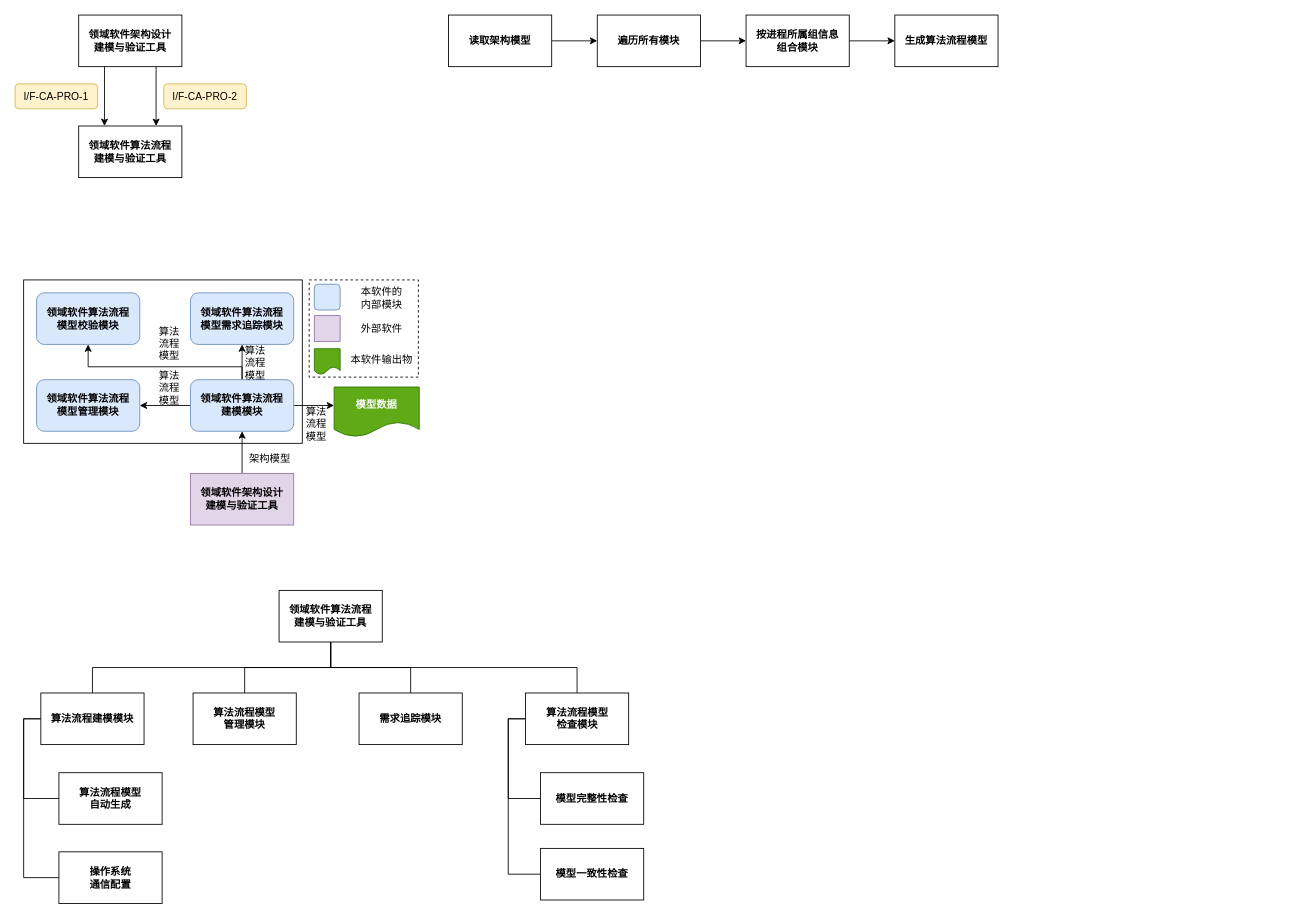
Ayuan66/ArchTacRV-Software-Architectural-Tactics-Detector-and-Verifier keeps this draw.io diagram as page "进程需求" (3 of 3) of Usage Instructions/安全攸关模版.drawio. Above is the earlier version. Source tidied: cells renumbered, new cells numbered last; positions are measured from the earlier drawing's top-left corner, leaving out a move shared by most shapes. Both pictures are drawn from the tidied source at 86%, with x=0, y=0 at pixel (15, 15).
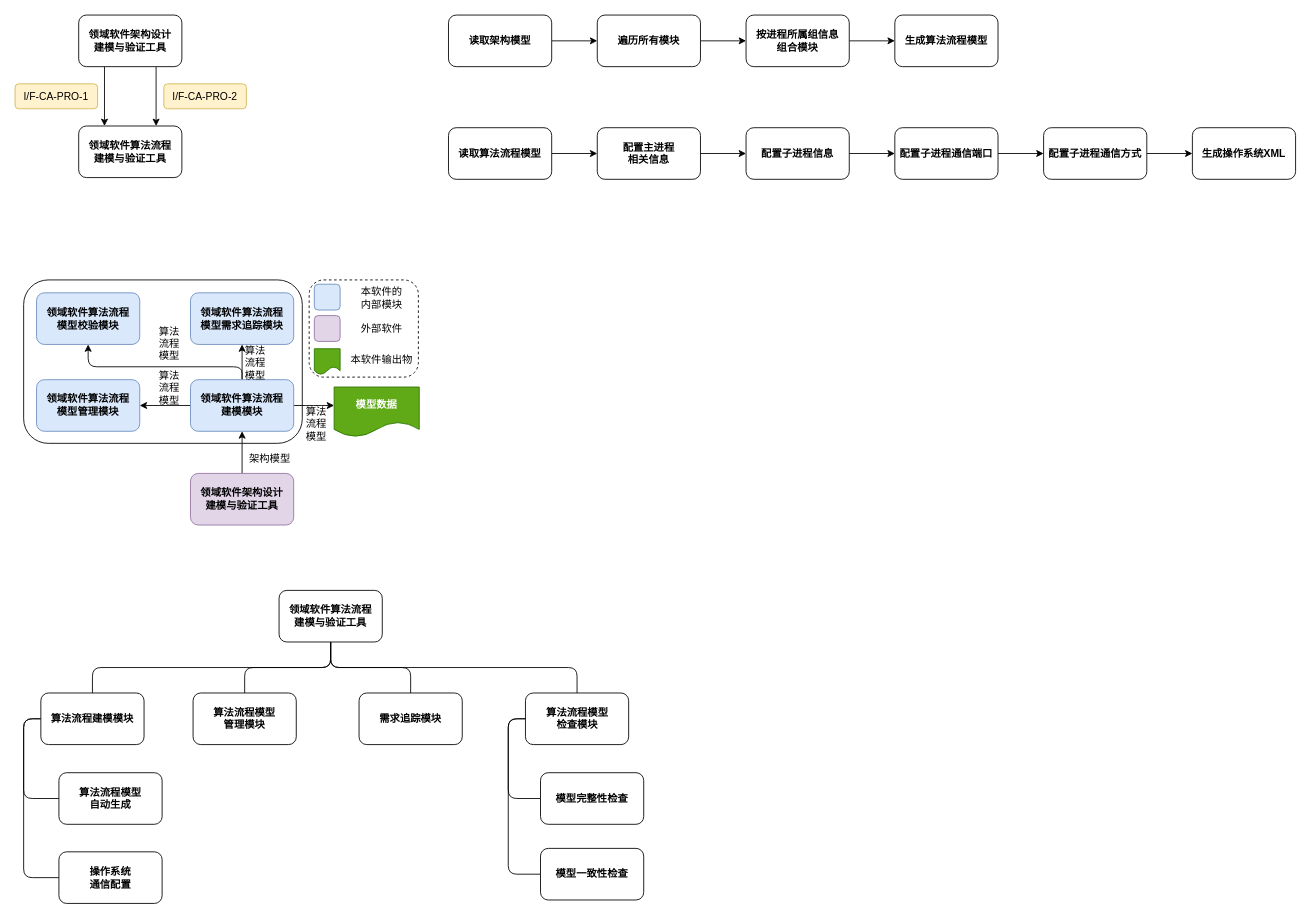
Above is the later version.

Commit message:
添加算法流程模型处理过程

Unchanged cells that the change refers to:
```xml
<mxCell id="10" value="领域软件算法流程&lt;br&gt;模型校验模块" style="rounded=1;whiteSpace=wrap;html=1;fillColor=#dae8fc;strokeColor=#6c8ebf;fontStyle=1;" parent="1" vertex="1">
  <mxGeometry x="25" y="323" width="120" height="60" as="geometry" />
</mxCell>
<mxCell id="11" value="领域软件算法流程&lt;br&gt;模型需求追踪模块" style="rounded=1;whiteSpace=wrap;html=1;fillColor=#dae8fc;strokeColor=#6c8ebf;fontStyle=1;" parent="1" vertex="1">
  <mxGeometry x="204" y="323" width="120" height="60" as="geometry" />
</mxCell>
<mxCell id="12" value="领域软件算法流程&lt;br&gt;模型管理模块" style="rounded=1;whiteSpace=wrap;html=1;fillColor=#dae8fc;strokeColor=#6c8ebf;fontStyle=1;" parent="1" vertex="1">
  <mxGeometry x="25" y="424" width="120" height="60" as="geometry" />
</mxCell>
<mxCell id="17" value="领域软件算法流程&lt;br&gt;建模模块" style="rounded=1;whiteSpace=wrap;html=1;fillColor=#dae8fc;strokeColor=#6c8ebf;fontStyle=1;" parent="1" vertex="1">
  <mxGeometry x="204" y="424" width="120" height="60" as="geometry" />
</mxCell>
```

Diff of the diagram source:
```diff
@@
-    <mxCell id="2" style="edgeStyle=orthogonalEdgeStyle;rounded=0;jettySize=auto;html=1;exitX=0.25;exitY=1;exitDx=0;exitDy=0;entryX=0.25;entryY=0;entryDx=0;entryDy=0;" parent="1" edge="1" source="4" target="5">
+    <mxCell id="2" style="edgeStyle=orthogonalEdgeStyle;rounded=1;jettySize=auto;html=1;exitX=0.25;exitY=1;exitDx=0;exitDy=0;entryX=0.25;entryY=0;entryDx=0;entryDy=0;" parent="1" edge="1" source="4" target="5">
       <mxGeometry relative="1" as="geometry" />
     </mxCell>
-    <mxCell id="3" style="edgeStyle=orthogonalEdgeStyle;rounded=0;jettySize=auto;html=1;exitX=0.75;exitY=1;exitDx=0;exitDy=0;entryX=0.75;entryY=0;entryDx=0;entryDy=0;" parent="1" edge="1" source="4" target="5">
+    <mxCell id="3" style="edgeStyle=orthogonalEdgeStyle;rounded=1;jettySize=auto;html=1;exitX=0.75;exitY=1;exitDx=0;exitDy=0;entryX=0.75;entryY=0;entryDx=0;entryDy=0;" parent="1" edge="1" source="4" target="5">
       <mxGeometry relative="1" as="geometry" />
     </mxCell>
-    <mxCell id="4" value="领域软件架构设计&lt;br&gt;建模与验证工具" style="rounded=0;whiteSpace=wrap;html=1;fontStyle=1;" parent="1" vertex="1">
+    <mxCell id="4" value="领域软件架构设计&lt;br&gt;建模与验证工具" style="rounded=1;whiteSpace=wrap;html=1;fontStyle=1;" parent="1" vertex="1">
       <mxGeometry x="74" width="120" height="60" as="geometry" />
     </mxCell>
-    <mxCell id="5" value="领域软件算法流程&lt;br&gt;建模与验证工具" style="whiteSpace=wrap;html=1;fontStyle=1;" parent="1" vertex="1">
+    <mxCell id="5" value="领域软件算法流程&lt;br&gt;建模与验证工具" style="whiteSpace=wrap;html=1;fontStyle=1;rounded=1;" parent="1" vertex="1">
       <mxGeometry x="74" y="129" width="120" height="60" as="geometry" />
     </mxCell>
@@
-    <mxCell id="8" style="rounded=0;whiteSpace=wrap;html=1;fillColor=none;dashed=1;" parent="1" vertex="1">
+    <mxCell id="8" style="rounded=1;whiteSpace=wrap;html=1;fillColor=none;dashed=1;" parent="1" vertex="1">
       <mxGeometry x="342" y="308" width="127" height="113" as="geometry" />
     </mxCell>
-    <mxCell id="9" style="rounded=0;whiteSpace=wrap;html=1;fillColor=none;" parent="1" vertex="1">
+    <mxCell id="9" style="rounded=1;whiteSpace=wrap;html=1;fillColor=none;" parent="1" vertex="1">
       <mxGeometry x="10" y="308" width="324" height="190" as="geometry" />
     </mxCell>
@@
-    <mxCell id="13" style="edgeStyle=orthogonalEdgeStyle;rounded=0;jettySize=auto;html=1;" parent="1" edge="1" source="17" target="12">
+    <mxCell id="13" style="edgeStyle=orthogonalEdgeStyle;rounded=1;jettySize=auto;html=1;" parent="1" edge="1" source="17" target="12">
       <mxGeometry relative="1" as="geometry" />
     </mxCell>
-    <mxCell id="14" style="edgeStyle=orthogonalEdgeStyle;rounded=0;jettySize=auto;html=1;" parent="1" edge="1" source="17" target="11">
+    <mxCell id="14" style="edgeStyle=orthogonalEdgeStyle;rounded=1;jettySize=auto;html=1;" parent="1" edge="1" source="17" target="11">
       <mxGeometry relative="1" as="geometry" />
     </mxCell>
-    <mxCell id="15" style="edgeStyle=orthogonalEdgeStyle;rounded=0;jettySize=auto;html=1;entryX=0.5;entryY=1;entryDx=0;entryDy=0;" parent="1" edge="1" source="17" target="10">
+    <mxCell id="15" style="edgeStyle=orthogonalEdgeStyle;rounded=1;jettySize=auto;html=1;entryX=0.5;entryY=1;entryDx=0;entryDy=0;" parent="1" edge="1" source="17" target="10">
       <mxGeometry relative="1" as="geometry">
         <Array as="points">
           <mxPoint x="264" y="409" />
           <mxPoint x="85" y="409" />
         </Array>
       </mxGeometry>
     </mxCell>
-    <mxCell id="16" style="edgeStyle=orthogonalEdgeStyle;rounded=0;jettySize=auto;html=1;" parent="1" edge="1" source="17">
+    <mxCell id="16" style="edgeStyle=orthogonalEdgeStyle;rounded=1;jettySize=auto;html=1;" parent="1" edge="1" source="17">
       <mxGeometry relative="1" as="geometry">
         <mxPoint x="371" y="454" as="targetPoint" />
       </mxGeometry>
     </mxCell>
@@
-    <mxCell id="18" style="edgeStyle=orthogonalEdgeStyle;rounded=0;jettySize=auto;html=1;exitX=0.5;exitY=0;exitDx=0;exitDy=0;" parent="1" edge="1" source="19" target="17">
+    <mxCell id="18" style="edgeStyle=orthogonalEdgeStyle;rounded=1;jettySize=auto;html=1;exitX=0.5;exitY=0;exitDx=0;exitDy=0;" parent="1" edge="1" source="19" target="17">
       <mxGeometry relative="1" as="geometry" />
     </mxCell>
-    <mxCell id="19" value="领域软件架构设计&lt;br&gt;建模与验证工具" style="rounded=0;whiteSpace=wrap;html=1;fillColor=#e1d5e7;strokeColor=#9673a6;fontStyle=1;" parent="1" vertex="1">
+    <mxCell id="19" value="领域软件架构设计&lt;br&gt;建模与验证工具" style="rounded=1;whiteSpace=wrap;html=1;fillColor=#e1d5e7;strokeColor=#9673a6;fontStyle=1;" parent="1" vertex="1">
       <mxGeometry x="204" y="533" width="120" height="60" as="geometry" />
     </mxCell>
@@
-    <mxCell id="21" value="本软件的&lt;br&gt;内部模块" style="text;html=1;align=center;verticalAlign=middle;strokeColor=none;fillColor=none;" parent="1" vertex="1">
+    <mxCell id="21" value="本软件的&lt;br&gt;内部模块" style="text;html=1;align=center;verticalAlign=middle;strokeColor=none;fillColor=none;rounded=1;" parent="1" vertex="1">
       <mxGeometry x="393" y="308" width="66" height="41" as="geometry" />
     </mxCell>
-    <mxCell id="22" style="rounded=0;whiteSpace=wrap;html=1;fillColor=#e1d5e7;strokeColor=#9673a6;" parent="1" vertex="1">
+    <mxCell id="22" style="rounded=1;whiteSpace=wrap;html=1;fillColor=#e1d5e7;strokeColor=#9673a6;" parent="1" vertex="1">
       <mxGeometry x="348" y="349.5" width="30" height="30" as="geometry" />
     </mxCell>
-    <mxCell id="23" value="外部软件" style="text;html=1;align=center;verticalAlign=middle;strokeColor=none;fillColor=none;" parent="1" vertex="1">
+    <mxCell id="23" value="外部软件" style="text;html=1;align=center;verticalAlign=middle;strokeColor=none;fillColor=none;rounded=1;" parent="1" vertex="1">
       <mxGeometry x="393" y="352" width="66" height="26" as="geometry" />
     </mxCell>
-    <mxCell id="24" value="本软件输出物" style="text;html=1;align=center;verticalAlign=middle;strokeColor=none;fillColor=none;" parent="1" vertex="1">
+    <mxCell id="24" value="本软件输出物" style="text;html=1;align=center;verticalAlign=middle;strokeColor=none;fillColor=none;rounded=1;" parent="1" vertex="1">
       <mxGeometry x="381" y="388" width="90" height="26" as="geometry" />
     </mxCell>
-    <mxCell id="25" value="架构模型" style="text;html=1;align=center;verticalAlign=middle;strokeColor=none;fillColor=none;" parent="1" vertex="1">
+    <mxCell id="25" value="架构模型" style="text;html=1;align=center;verticalAlign=middle;strokeColor=none;fillColor=none;rounded=1;" parent="1" vertex="1">
       <mxGeometry x="263" y="503" width="66" height="26" as="geometry" />
     </mxCell>
-    <mxCell id="26" value="算法&lt;br&gt;流程&lt;br&gt;模型" style="text;html=1;align=center;verticalAlign=middle;strokeColor=none;fillColor=none;" parent="1" vertex="1">
+    <mxCell id="26" value="算法&lt;br&gt;流程&lt;br&gt;模型" style="text;html=1;align=center;verticalAlign=middle;strokeColor=none;fillColor=none;rounded=1;" parent="1" vertex="1">
       <mxGeometry x="158" y="406" width="42" height="55" as="geometry" />
     </mxCell>
-    <mxCell id="27" value="算法&lt;br&gt;流程&lt;br&gt;模型" style="text;html=1;align=center;verticalAlign=middle;strokeColor=none;fillColor=none;" parent="1" vertex="1">
+    <mxCell id="27" value="算法&lt;br&gt;流程&lt;br&gt;模型" style="text;html=1;align=center;verticalAlign=middle;strokeColor=none;fillColor=none;rounded=1;" parent="1" vertex="1">
       <mxGeometry x="158" y="354" width="42" height="55" as="geometry" />
     </mxCell>
-    <mxCell id="28" value="算法&lt;br&gt;流程&lt;br&gt;模型" style="text;html=1;align=center;verticalAlign=middle;strokeColor=none;fillColor=none;" parent="1" vertex="1">
+    <mxCell id="28" value="算法&lt;br&gt;流程&lt;br&gt;模型" style="text;html=1;align=center;verticalAlign=middle;strokeColor=none;fillColor=none;rounded=1;" parent="1" vertex="1">
       <mxGeometry x="258" y="377.5" width="42" height="55" as="geometry" />
     </mxCell>
-    <mxCell id="29" value="算法&lt;br&gt;流程&lt;br&gt;模型" style="text;html=1;align=center;verticalAlign=middle;strokeColor=none;fillColor=none;" parent="1" vertex="1">
+    <mxCell id="29" value="算法&lt;br&gt;流程&lt;br&gt;模型" style="text;html=1;align=center;verticalAlign=middle;strokeColor=none;fillColor=none;rounded=1;" parent="1" vertex="1">
       <mxGeometry x="329" y="448" width="42" height="55" as="geometry" />
     </mxCell>
-    <mxCell id="30" value="&lt;span&gt;模型数据&lt;/span&gt;" style="shape=document;whiteSpace=wrap;html=1;boundedLbl=1;fillColor=#60a917;fontColor=#ffffff;strokeColor=#2D7600;fontStyle=1;" parent="1" vertex="1">
+    <mxCell id="30" value="&lt;span&gt;模型数据&lt;/span&gt;" style="shape=document;whiteSpace=wrap;html=1;boundedLbl=1;fillColor=#60a917;fontColor=#ffffff;strokeColor=#2D7600;fontStyle=1;rounded=1;" parent="1" vertex="1">
       <mxGeometry x="371" y="432.5" width="99" height="58" as="geometry" />
     </mxCell>
-    <mxCell id="31" style="shape=document;whiteSpace=wrap;html=1;boundedLbl=1;fillColor=#60a917;fontColor=#ffffff;strokeColor=#2D7600;" parent="1" vertex="1">
+    <mxCell id="31" style="shape=document;whiteSpace=wrap;html=1;boundedLbl=1;fillColor=#60a917;fontColor=#ffffff;strokeColor=#2D7600;rounded=1;" parent="1" vertex="1">
       <mxGeometry x="348" y="388" width="30" height="30" as="geometry" />
     </mxCell>
-    <mxCell id="32" style="rounded=0;jettySize=auto;html=1;exitX=0.5;exitY=1;exitDx=0;exitDy=0;edgeStyle=orthogonalEdgeStyle;endArrow=none;endFill=0;" parent="1" edge="1" source="36" target="40">
+    <mxCell id="32" style="rounded=1;jettySize=auto;html=1;exitX=0.5;exitY=1;exitDx=0;exitDy=0;edgeStyle=orthogonalEdgeStyle;endArrow=none;endFill=0;" parent="1" edge="1" source="36" target="40">
       <mxGeometry relative="1" as="geometry" />
     </mxCell>
-    <mxCell id="33" style="edgeStyle=orthogonalEdgeStyle;rounded=0;jettySize=auto;html=1;exitX=0.5;exitY=1;exitDx=0;exitDy=0;endArrow=none;endFill=0;" parent="1" edge="1" source="36" target="39">
+    <mxCell id="33" style="edgeStyle=orthogonalEdgeStyle;rounded=1;jettySize=auto;html=1;exitX=0.5;exitY=1;exitDx=0;exitDy=0;endArrow=none;endFill=0;" parent="1" edge="1" source="36" target="39">
       <mxGeometry relative="1" as="geometry" />
     </mxCell>
-    <mxCell id="34" style="edgeStyle=orthogonalEdgeStyle;rounded=0;jettySize=auto;html=1;exitX=0.5;exitY=1;exitDx=0;exitDy=0;entryX=0.5;entryY=0;entryDx=0;entryDy=0;endArrow=none;endFill=0;" parent="1" edge="1" source="36" target="41">
+    <mxCell id="34" style="edgeStyle=orthogonalEdgeStyle;rounded=1;jettySize=auto;html=1;exitX=0.5;exitY=1;exitDx=0;exitDy=0;entryX=0.5;entryY=0;entryDx=0;entryDy=0;endArrow=none;endFill=0;" parent="1" edge="1" source="36" target="41">
       <mxGeometry relative="1" as="geometry" />
     </mxCell>
-    <mxCell id="35" style="edgeStyle=orthogonalEdgeStyle;rounded=0;jettySize=auto;html=1;exitX=0.5;exitY=1;exitDx=0;exitDy=0;endArrow=none;endFill=0;" parent="1" edge="1" source="36" target="44">
+    <mxCell id="35" style="edgeStyle=orthogonalEdgeStyle;rounded=1;jettySize=auto;html=1;exitX=0.5;exitY=1;exitDx=0;exitDy=0;endArrow=none;endFill=0;" parent="1" edge="1" source="36" target="44">
       <mxGeometry relative="1" as="geometry" />
     </mxCell>
-    <mxCell id="36" value="&lt;b&gt;领域软件算法流程&lt;br&gt;建模与验证工具&lt;/b&gt;" style="whiteSpace=wrap;html=1;" parent="1" vertex="1">
+    <mxCell id="36" value="&lt;b&gt;领域软件算法流程&lt;br&gt;建模与验证工具&lt;/b&gt;" style="whiteSpace=wrap;html=1;rounded=1;" parent="1" vertex="1">
       <mxGeometry x="307" y="669" width="120" height="60" as="geometry" />
     </mxCell>
-    <mxCell id="37" style="edgeStyle=orthogonalEdgeStyle;rounded=0;jettySize=auto;html=1;exitX=0;exitY=0.5;exitDx=0;exitDy=0;entryX=0;entryY=0.5;entryDx=0;entryDy=0;endArrow=none;endFill=0;" parent="1" edge="1" source="39" target="45">
+    <mxCell id="37" style="edgeStyle=orthogonalEdgeStyle;rounded=1;jettySize=auto;html=1;exitX=0;exitY=0.5;exitDx=0;exitDy=0;entryX=0;entryY=0.5;entryDx=0;entryDy=0;endArrow=none;endFill=0;" parent="1" edge="1" source="39" target="45">
       <mxGeometry relative="1" as="geometry" />
     </mxCell>
-    <mxCell id="38" style="edgeStyle=orthogonalEdgeStyle;rounded=0;jettySize=auto;html=1;exitX=0;exitY=0.5;exitDx=0;exitDy=0;entryX=0;entryY=0.5;entryDx=0;entryDy=0;endArrow=none;endFill=0;" parent="1" edge="1" source="39" target="46">
+    <mxCell id="38" style="edgeStyle=orthogonalEdgeStyle;rounded=1;jettySize=auto;html=1;exitX=0;exitY=0.5;exitDx=0;exitDy=0;entryX=0;entryY=0.5;entryDx=0;entryDy=0;endArrow=none;endFill=0;" parent="1" edge="1" source="39" target="46">
       <mxGeometry relative="1" as="geometry" />
     </mxCell>
-    <mxCell id="39" value="算法流程建模模块" style="whiteSpace=wrap;html=1;fontStyle=1;" parent="1" vertex="1">
+    <mxCell id="39" value="算法流程建模模块" style="whiteSpace=wrap;html=1;fontStyle=1;rounded=1;" parent="1" vertex="1">
       <mxGeometry x="30" y="788.3" width="120" height="60" as="geometry" />
     </mxCell>
-    <mxCell id="40" value="算法流程模型&lt;br&gt;管理模块" style="whiteSpace=wrap;html=1;fontStyle=1;" parent="1" vertex="1">
+    <mxCell id="40" value="算法流程模型&lt;br&gt;管理模块" style="whiteSpace=wrap;html=1;fontStyle=1;rounded=1;" parent="1" vertex="1">
       <mxGeometry x="207" y="788.3" width="120" height="60" as="geometry" />
     </mxCell>
-    <mxCell id="41" value="需求追踪模块" style="whiteSpace=wrap;html=1;fontStyle=1;" parent="1" vertex="1">
+    <mxCell id="41" value="需求追踪模块" style="whiteSpace=wrap;html=1;fontStyle=1;rounded=1;" parent="1" vertex="1">
       <mxGeometry x="400" y="788.3" width="120" height="60" as="geometry" />
     </mxCell>
-    <mxCell id="42" style="edgeStyle=orthogonalEdgeStyle;rounded=0;jettySize=auto;html=1;exitX=0;exitY=0.5;exitDx=0;exitDy=0;entryX=0;entryY=0.5;entryDx=0;entryDy=0;endArrow=none;endFill=0;" parent="1" edge="1" source="44" target="47">
+    <mxCell id="42" style="edgeStyle=orthogonalEdgeStyle;rounded=1;jettySize=auto;html=1;exitX=0;exitY=0.5;exitDx=0;exitDy=0;entryX=0;entryY=0.5;entryDx=0;entryDy=0;endArrow=none;endFill=0;" parent="1" edge="1" source="44" target="47">
       <mxGeometry relative="1" as="geometry" />
     </mxCell>
-    <mxCell id="43" style="edgeStyle=orthogonalEdgeStyle;rounded=0;jettySize=auto;html=1;exitX=0;exitY=0.5;exitDx=0;exitDy=0;entryX=0;entryY=0.5;entryDx=0;entryDy=0;endArrow=none;endFill=0;" parent="1" edge="1" source="44" target="48">
+    <mxCell id="43" style="edgeStyle=orthogonalEdgeStyle;rounded=1;jettySize=auto;html=1;exitX=0;exitY=0.5;exitDx=0;exitDy=0;entryX=0;entryY=0.5;entryDx=0;entryDy=0;endArrow=none;endFill=0;" parent="1" edge="1" source="44" target="48">
       <mxGeometry relative="1" as="geometry" />
     </mxCell>
-    <mxCell id="44" value="算法流程模型&lt;br&gt;检查模块" style="whiteSpace=wrap;html=1;fontStyle=1;" parent="1" vertex="1">
+    <mxCell id="44" value="算法流程模型&lt;br&gt;检查模块" style="whiteSpace=wrap;html=1;fontStyle=1;rounded=1;" parent="1" vertex="1">
       <mxGeometry x="593.5" y="788.3" width="120" height="60" as="geometry" />
     </mxCell>
-    <mxCell id="45" value="算法流程模型&lt;br&gt;自动生成" style="whiteSpace=wrap;html=1;fontStyle=1;" parent="1" vertex="1">
+    <mxCell id="45" value="算法流程模型&lt;br&gt;自动生成" style="whiteSpace=wrap;html=1;fontStyle=1;rounded=1;" parent="1" vertex="1">
       <mxGeometry x="51" y="881" width="120" height="60" as="geometry" />
     </mxCell>
-    <mxCell id="46" value="操作系统&lt;br&gt;通信配置" style="whiteSpace=wrap;html=1;fontStyle=1;" parent="1" vertex="1">
+    <mxCell id="46" value="操作系统&lt;br&gt;通信配置" style="whiteSpace=wrap;html=1;fontStyle=1;rounded=1;" parent="1" vertex="1">
       <mxGeometry x="51" y="973" width="120" height="60" as="geometry" />
     </mxCell>
-    <mxCell id="47" value="模型完整性检查" style="whiteSpace=wrap;html=1;fontStyle=1;" parent="1" vertex="1">
+    <mxCell id="47" value="模型完整性检查" style="whiteSpace=wrap;html=1;fontStyle=1;rounded=1;" parent="1" vertex="1">
       <mxGeometry x="611" y="881" width="120" height="60" as="geometry" />
     </mxCell>
-    <mxCell id="48" value="模型一致性检查" style="whiteSpace=wrap;html=1;fontStyle=1;" parent="1" vertex="1">
+    <mxCell id="48" value="模型一致性检查" style="whiteSpace=wrap;html=1;fontStyle=1;rounded=1;" parent="1" vertex="1">
       <mxGeometry x="611" y="969" width="120" height="60" as="geometry" />
     </mxCell>
-    <mxCell id="49" style="edgeStyle=orthogonalEdgeStyle;rounded=0;jettySize=auto;html=1;exitX=1;exitY=0.5;exitDx=0;exitDy=0;" parent="1" edge="1" source="50" target="52">
+    <mxCell id="49" style="edgeStyle=orthogonalEdgeStyle;rounded=1;jettySize=auto;html=1;exitX=1;exitY=0.5;exitDx=0;exitDy=0;" parent="1" edge="1" source="50" target="52">
       <mxGeometry relative="1" as="geometry" />
     </mxCell>
-    <mxCell id="50" value="读取架构模型" style="whiteSpace=wrap;html=1;fontStyle=1;" parent="1" vertex="1">
+    <mxCell id="50" value="读取架构模型" style="whiteSpace=wrap;html=1;fontStyle=1;rounded=1;" parent="1" vertex="1">
       <mxGeometry x="504" width="120" height="60" as="geometry" />
     </mxCell>
-    <mxCell id="51" style="edgeStyle=orthogonalEdgeStyle;rounded=0;jettySize=auto;html=1;exitX=1;exitY=0.5;exitDx=0;exitDy=0;" parent="1" edge="1" source="52" target="54">
+    <mxCell id="51" style="edgeStyle=orthogonalEdgeStyle;rounded=1;jettySize=auto;html=1;exitX=1;exitY=0.5;exitDx=0;exitDy=0;" parent="1" edge="1" source="52" target="54">
       <mxGeometry relative="1" as="geometry" />
     </mxCell>
-    <mxCell id="52" value="遍历所有模块" style="whiteSpace=wrap;html=1;fontStyle=1;" parent="1" vertex="1">
+    <mxCell id="52" value="遍历所有模块" style="whiteSpace=wrap;html=1;fontStyle=1;rounded=1;" parent="1" vertex="1">
       <mxGeometry x="677" width="120" height="60" as="geometry" />
     </mxCell>
-    <mxCell id="53" style="edgeStyle=orthogonalEdgeStyle;rounded=0;jettySize=auto;html=1;exitX=1;exitY=0.5;exitDx=0;exitDy=0;" parent="1" edge="1" source="54" target="55">
+    <mxCell id="53" style="edgeStyle=orthogonalEdgeStyle;rounded=1;jettySize=auto;html=1;exitX=1;exitY=0.5;exitDx=0;exitDy=0;" parent="1" edge="1" source="54" target="55">
       <mxGeometry relative="1" as="geometry" />
     </mxCell>
-    <mxCell id="54" value="按进程所属组信息&lt;br style=&quot;border-color: var(--border-color);&quot;&gt;组合模块" style="whiteSpace=wrap;html=1;fontStyle=1;" parent="1" vertex="1">
+    <mxCell id="54" value="按进程所属组信息&lt;br style=&quot;border-color: var(--border-color);&quot;&gt;组合模块" style="whiteSpace=wrap;html=1;fontStyle=1;rounded=1;" parent="1" vertex="1">
       <mxGeometry x="850" width="120" height="60" as="geometry" />
     </mxCell>
-    <mxCell id="55" value="生成算法流程模型" style="whiteSpace=wrap;html=1;fontStyle=1;" parent="1" vertex="1">
+    <mxCell id="55" value="生成算法流程模型" style="whiteSpace=wrap;html=1;fontStyle=1;rounded=1;" parent="1" vertex="1">
       <mxGeometry x="1023" width="120" height="60" as="geometry" />
     </mxCell>
+    <mxCell id="56" style="edgeStyle=orthogonalEdgeStyle;rounded=1;jettySize=auto;html=1;exitX=1;exitY=0.5;exitDx=0;exitDy=0;fontStyle=1;" parent="1" edge="1" source="57" target="59">
+      <mxGeometry relative="1" as="geometry" />
+    </mxCell>
+    <mxCell id="57" value="读取算法流程模型" style="whiteSpace=wrap;html=1;rounded=1;fontStyle=1;" parent="1" vertex="1">
+      <mxGeometry x="504" y="131" width="120" height="60" as="geometry" />
+    </mxCell>
+    <mxCell id="58" style="edgeStyle=orthogonalEdgeStyle;rounded=1;jettySize=auto;html=1;exitX=1;exitY=0.5;exitDx=0;exitDy=0;entryX=0;entryY=0.5;entryDx=0;entryDy=0;fontStyle=1;" parent="1" edge="1" source="59" target="61">
+      <mxGeometry relative="1" as="geometry" />
+    </mxCell>
+    <mxCell id="59" value="配置主进程&lt;br&gt;相关信息" style="whiteSpace=wrap;html=1;rounded=1;fontStyle=1;" parent="1" vertex="1">
+      <mxGeometry x="677" y="131" width="120" height="60" as="geometry" />
+    </mxCell>
+    <mxCell id="60" style="edgeStyle=orthogonalEdgeStyle;rounded=1;jettySize=auto;html=1;exitX=1;exitY=0.5;exitDx=0;exitDy=0;fontStyle=1;" parent="1" edge="1" source="61" target="63">
+      <mxGeometry relative="1" as="geometry" />
+    </mxCell>
+    <mxCell id="61" value="配置子进程信息" style="whiteSpace=wrap;html=1;rounded=1;fontStyle=1;" parent="1" vertex="1">
+      <mxGeometry x="850" y="131" width="120" height="60" as="geometry" />
+    </mxCell>
+    <mxCell id="62" style="edgeStyle=orthogonalEdgeStyle;rounded=1;jettySize=auto;html=1;exitX=1;exitY=0.5;exitDx=0;exitDy=0;entryX=0;entryY=0.5;entryDx=0;entryDy=0;fontStyle=1;" parent="1" edge="1" source="63" target="65">
+      <mxGeometry relative="1" as="geometry" />
+    </mxCell>
+    <mxCell id="63" value="配置子进程通信端口" style="whiteSpace=wrap;html=1;rounded=1;fontStyle=1;" parent="1" vertex="1">
+      <mxGeometry x="1023" y="131" width="120" height="60" as="geometry" />
+    </mxCell>
+    <mxCell id="64" style="edgeStyle=orthogonalEdgeStyle;rounded=1;jettySize=auto;html=1;exitX=1;exitY=0.5;exitDx=0;exitDy=0;entryX=0;entryY=0.5;entryDx=0;entryDy=0;fontStyle=1;" parent="1" edge="1" source="65" target="66">
+      <mxGeometry relative="1" as="geometry" />
+    </mxCell>
+    <mxCell id="65" value="配置子进程通信方式" style="whiteSpace=wrap;html=1;rounded=1;fontStyle=1;" parent="1" vertex="1">
+      <mxGeometry x="1196" y="131" width="120" height="60" as="geometry" />
+    </mxCell>
+    <mxCell id="66" value="生成操作系统XML" style="whiteSpace=wrap;html=1;rounded=1;fontStyle=1;" parent="1" vertex="1">
+      <mxGeometry x="1369" y="131" width="120" height="60" as="geometry" />
+    </mxCell>
```
